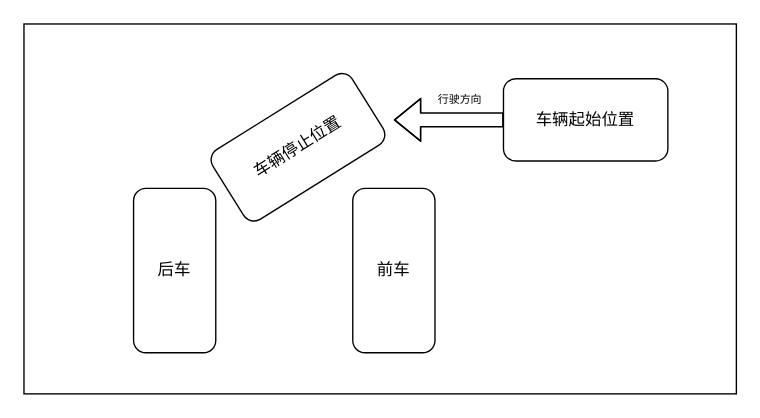
Before: Doc/FlowChart/超声库位二次定位算法.drawio in zgh551/APA_NXP, a draw.io diagram. Source tidied: cells renumbered, new cells numbered last; positions are measured from the earlier drawing's top-left corner, leaving out a move shared by most shapes. Both pictures are drawn from the tidied source at 137%, with x=0, y=0 at pixel (23, 23).
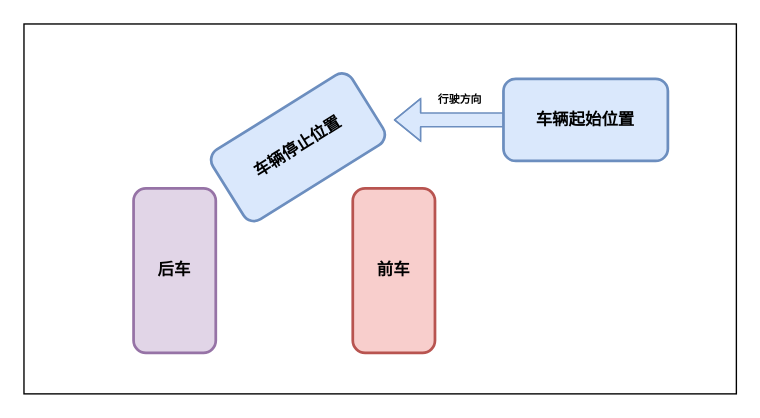
The same diagram, later.

Commit message:
更新超声库位二次定位算法.drawio

Diff of the diagram source:
```diff
@@
 <mxGraphModel>
   <root>
     <mxCell id="0" />
     <mxCell id="1" parent="0" />
     <mxCell id="2" style="rounded=0;whiteSpace=wrap;html=1;fontSize=8;" parent="1" vertex="1">
       <mxGeometry width="520" height="270" as="geometry" />
     </mxCell>
-    <mxCell id="3" style="rounded=1;whiteSpace=wrap;html=1;rotation=90;" parent="1" vertex="1">
+    <mxCell id="3" style="rounded=1;whiteSpace=wrap;html=1;rotation=90;strokeWidth=2;fillColor=#e1d5e7;strokeColor=#9673a6;" parent="1" vertex="1">
       <mxGeometry x="50" y="150" width="120" height="60" as="geometry" />
     </mxCell>
-    <mxCell id="4" style="rounded=1;whiteSpace=wrap;html=1;rotation=90;" parent="1" vertex="1">
+    <mxCell id="4" style="rounded=1;whiteSpace=wrap;html=1;rotation=90;strokeWidth=2;fillColor=#f8cecc;strokeColor=#b85450;" parent="1" vertex="1">
       <mxGeometry x="210" y="150" width="120" height="60" as="geometry" />
     </mxCell>
-    <mxCell id="5" value="车辆停止位置" style="rounded=1;whiteSpace=wrap;html=1;rotation=-32;" parent="1" vertex="1">
+    <mxCell id="5" value="车辆停止位置" style="rounded=1;whiteSpace=wrap;html=1;rotation=-32;fontStyle=1;fillColor=#dae8fc;strokeColor=#6c8ebf;strokeWidth=2;" parent="1" vertex="1">
       <mxGeometry x="140" y="60" width="120" height="60" as="geometry" />
     </mxCell>
-    <mxCell id="6" value="后车" style="text;html=1;strokeColor=none;fillColor=none;align=center;verticalAlign=middle;whiteSpace=wrap;rounded=0;" parent="1" vertex="1">
+    <mxCell id="6" value="后车" style="text;html=1;strokeColor=none;fillColor=none;align=center;verticalAlign=middle;whiteSpace=wrap;rounded=0;fontStyle=1;" parent="1" vertex="1">
       <mxGeometry x="90" y="170" width="40" height="20" as="geometry" />
     </mxCell>
-    <mxCell id="7" value="前车" style="text;html=1;strokeColor=none;fillColor=none;align=center;verticalAlign=middle;whiteSpace=wrap;rounded=0;" parent="1" vertex="1">
+    <mxCell id="7" value="前车" style="text;html=1;strokeColor=none;fillColor=none;align=center;verticalAlign=middle;whiteSpace=wrap;rounded=0;fontStyle=1;strokeWidth=2;" parent="1" vertex="1">
       <mxGeometry x="250" y="170" width="40" height="20" as="geometry" />
     </mxCell>
-    <mxCell id="8" value="&lt;span&gt;车辆起始位置&lt;/span&gt;" style="rounded=1;whiteSpace=wrap;html=1;rotation=0;" parent="1" vertex="1">
+    <mxCell id="8" value="&lt;span&gt;车辆起始位置&lt;/span&gt;" style="rounded=1;whiteSpace=wrap;html=1;rotation=0;fontStyle=1;fillColor=#dae8fc;strokeColor=#6c8ebf;strokeWidth=2;" parent="1" vertex="1">
       <mxGeometry x="350" y="40" width="120" height="60" as="geometry" />
     </mxCell>
-    <mxCell id="9" style="shape=flexArrow;endArrow=classic;html=1;exitX=0;exitY=0.5;exitDx=0;exitDy=0;" parent="1" edge="1" source="8">
+    <mxCell id="9" style="shape=flexArrow;endArrow=classic;html=1;exitX=0;exitY=0.5;exitDx=0;exitDy=0;fillColor=#dae8fc;strokeColor=#6c8ebf;" parent="1" edge="1" source="8">
       <mxGeometry relative="1" as="geometry">
         <mxPoint x="270" y="70" as="targetPoint" />
         <Array as="points">
           <mxPoint x="320" y="70" />
           <mxPoint x="290" y="70" />
         </Array>
       </mxGeometry>
     </mxCell>
-    <mxCell id="10" value="&lt;span style=&quot;font-size: 8px;&quot;&gt;行驶方向&lt;/span&gt;" style="text;html=1;strokeColor=none;fillColor=none;align=center;verticalAlign=middle;whiteSpace=wrap;rounded=0;fontSize=8;" parent="1" vertex="1">
+    <mxCell id="10" value="&lt;span style=&quot;font-size: 8px;&quot;&gt;行驶方向&lt;/span&gt;" style="text;html=1;strokeColor=none;fillColor=none;align=center;verticalAlign=middle;whiteSpace=wrap;rounded=0;fontSize=8;fontStyle=1;" parent="1" vertex="1">
       <mxGeometry x="290" y="45" width="57" height="20" as="geometry" />
     </mxCell>
   </root>
 </mxGraphModel>
```
